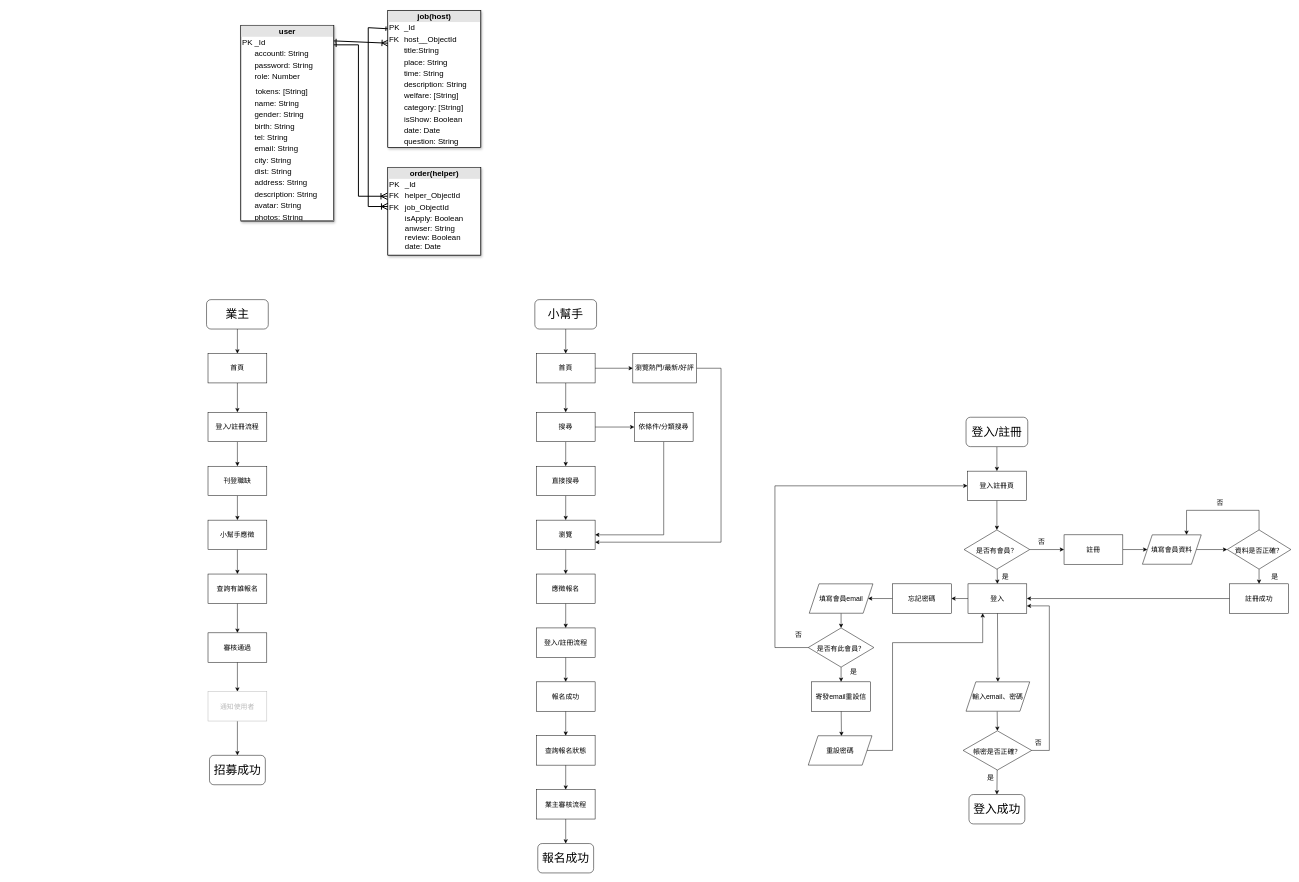
iiQvQii/vue-project keeps this draw.io diagram as 專題.drawio. Above is the earlier version. Source tidied: cells renumbered, new cells numbered last; positions are measured from the earlier drawing's top-left corner, leaving out a move shared by most shapes. Both pictures are drawn from the tidied source at 49%, with x=0, y=0 at pixel (163, 10).
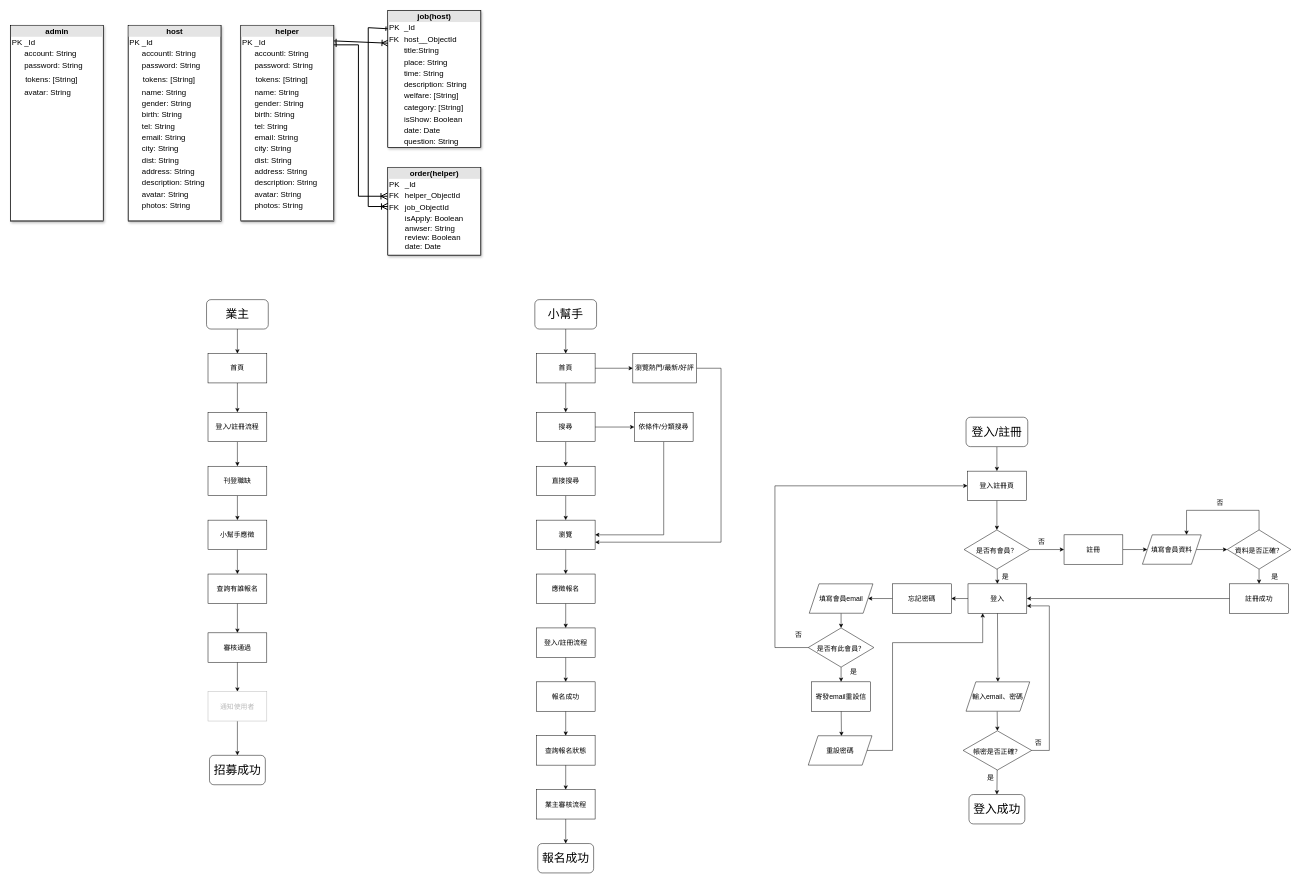
Above is the later version.

The edit, as a diff of the source:
```diff
@@
-    <mxCell id="93" value="&lt;div style=&quot;text-align: center; box-sizing: border-box; width: 100%; background: rgb(228, 228, 228); padding: 2px; font-size: 16px;&quot;&gt;&lt;b style=&quot;font-size: 16px;&quot;&gt;user&lt;/b&gt;&lt;/div&gt;&lt;table style=&quot;width: 100%; font-size: 16px;&quot; cellpadding=&quot;2&quot; cellspacing=&quot;0&quot;&gt;&lt;tbody style=&quot;font-size: 16px;&quot;&gt;&lt;tr style=&quot;font-size: 16px;&quot;&gt;&lt;td style=&quot;font-size: 16px;&quot;&gt;PK&lt;/td&gt;&lt;td style=&quot;font-size: 16px;&quot;&gt;_Id&lt;br style=&quot;font-size: 16px;&quot;&gt;&lt;/td&gt;&lt;/tr&gt;&lt;tr&gt;&lt;td&gt;&lt;br&gt;&lt;/td&gt;&lt;td&gt;accountl: String&lt;br&gt;&lt;/td&gt;&lt;/tr&gt;&lt;tr&gt;&lt;td&gt;&lt;br&gt;&lt;/td&gt;&lt;td&gt;password: String&lt;br&gt;&lt;/td&gt;&lt;/tr&gt;&lt;tr&gt;&lt;td&gt;&lt;br&gt;&lt;/td&gt;&lt;td&gt;role: Number&lt;br&gt;&lt;/td&gt;&lt;/tr&gt;&lt;tr&gt;&lt;td&gt;&lt;br&gt;&lt;/td&gt;&lt;td&gt;&lt;table style=&quot;width: 180px;&quot; cellpadding=&quot;2&quot; cellspacing=&quot;0&quot;&gt;&lt;tbody&gt;&lt;tr&gt;&lt;td&gt;&lt;/td&gt;&lt;/tr&gt;&lt;tr&gt;&lt;td style=&quot;border-collapse: collapse;&quot; border=&quot;1&quot;&gt;tokens: [String]&lt;/td&gt;&lt;/tr&gt;&lt;/tbody&gt;&lt;/table&gt;&lt;/td&gt;&lt;/tr&gt;&lt;tr&gt;&lt;td&gt;&lt;br&gt;&lt;/td&gt;&lt;td&gt;name: String&lt;br&gt;&lt;/td&gt;&lt;/tr&gt;&lt;tr&gt;&lt;td&gt;&lt;br&gt;&lt;/td&gt;&lt;td&gt;gender: String&lt;br&gt;&lt;/td&gt;&lt;/tr&gt;&lt;tr&gt;&lt;td&gt;&lt;br&gt;&lt;/td&gt;&lt;td&gt;birth: String&lt;br&gt;&lt;/td&gt;&lt;/tr&gt;&lt;tr&gt;&lt;td&gt;&lt;br&gt;&lt;/td&gt;&lt;td&gt;tel: String&lt;br&gt;&lt;/td&gt;&lt;/tr&gt;&lt;tr&gt;&lt;td&gt;&lt;br&gt;&lt;/td&gt;&lt;td&gt;email: String&lt;br&gt;&lt;/td&gt;&lt;/tr&gt;&lt;tr&gt;&lt;td&gt;&lt;br&gt;&lt;/td&gt;&lt;td&gt;city: String&lt;br&gt;&lt;/td&gt;&lt;/tr&gt;&lt;tr&gt;&lt;td&gt;&lt;br&gt;&lt;/td&gt;&lt;td&gt;dist: String&lt;br&gt;&lt;/td&gt;&lt;/tr&gt;&lt;tr&gt;&lt;td&gt;&lt;br&gt;&lt;/td&gt;&lt;td&gt;address: String&lt;br&gt;&lt;/td&gt;&lt;/tr&gt;&lt;tr&gt;&lt;td&gt;&lt;br&gt;&lt;/td&gt;&lt;td&gt;description: String&lt;br&gt;&lt;/td&gt;&lt;/tr&gt;&lt;tr&gt;&lt;td&gt;&lt;br&gt;&lt;/td&gt;&lt;td&gt;avatar: String&lt;br&gt;&lt;/td&gt;&lt;/tr&gt;&lt;tr&gt;&lt;td&gt;&lt;br&gt;&lt;/td&gt;&lt;td&gt;photos: String&lt;br&gt;&lt;/td&gt;&lt;/tr&gt;&lt;/tbody&gt;&lt;/table&gt;" style="verticalAlign=top;align=left;overflow=fill;html=1;shadow=1;labelBorderColor=default;fontSize=16;strokeColor=#000000;" parent="1" vertex="1">
+    <mxCell id="93" value="&lt;div style=&quot;text-align: center; box-sizing: border-box; width: 100%; background: rgb(228, 228, 228); padding: 2px; font-size: 16px;&quot;&gt;&lt;b style=&quot;font-size: 16px;&quot;&gt;helper&lt;/b&gt;&lt;/div&gt;&lt;table style=&quot;width: 100%; font-size: 16px;&quot; cellpadding=&quot;2&quot; cellspacing=&quot;0&quot;&gt;&lt;tbody style=&quot;font-size: 16px;&quot;&gt;&lt;tr style=&quot;font-size: 16px;&quot;&gt;&lt;td style=&quot;font-size: 16px;&quot;&gt;PK&lt;/td&gt;&lt;td style=&quot;font-size: 16px;&quot;&gt;_Id&lt;br style=&quot;font-size: 16px;&quot;&gt;&lt;/td&gt;&lt;/tr&gt;&lt;tr&gt;&lt;td&gt;&lt;br&gt;&lt;/td&gt;&lt;td&gt;accountl: String&lt;br&gt;&lt;/td&gt;&lt;/tr&gt;&lt;tr&gt;&lt;td&gt;&lt;br&gt;&lt;/td&gt;&lt;td&gt;password: String&lt;br&gt;&lt;/td&gt;&lt;/tr&gt;&lt;tr&gt;&lt;td&gt;&lt;br&gt;&lt;/td&gt;&lt;td&gt;&lt;table style=&quot;width: 180px;&quot; cellpadding=&quot;2&quot; cellspacing=&quot;0&quot;&gt;&lt;tbody&gt;&lt;tr&gt;&lt;td&gt;&lt;/td&gt;&lt;/tr&gt;&lt;tr&gt;&lt;td style=&quot;border-collapse: collapse;&quot; border=&quot;1&quot;&gt;tokens: [String]&lt;/td&gt;&lt;/tr&gt;&lt;/tbody&gt;&lt;/table&gt;&lt;/td&gt;&lt;/tr&gt;&lt;tr&gt;&lt;td&gt;&lt;br&gt;&lt;/td&gt;&lt;td&gt;name: String&lt;br&gt;&lt;/td&gt;&lt;/tr&gt;&lt;tr&gt;&lt;td&gt;&lt;br&gt;&lt;/td&gt;&lt;td&gt;gender: String&lt;br&gt;&lt;/td&gt;&lt;/tr&gt;&lt;tr&gt;&lt;td&gt;&lt;br&gt;&lt;/td&gt;&lt;td&gt;birth: String&lt;br&gt;&lt;/td&gt;&lt;/tr&gt;&lt;tr&gt;&lt;td&gt;&lt;br&gt;&lt;/td&gt;&lt;td&gt;tel: String&lt;br&gt;&lt;/td&gt;&lt;/tr&gt;&lt;tr&gt;&lt;td&gt;&lt;br&gt;&lt;/td&gt;&lt;td&gt;email: String&lt;br&gt;&lt;/td&gt;&lt;/tr&gt;&lt;tr&gt;&lt;td&gt;&lt;br&gt;&lt;/td&gt;&lt;td&gt;city: String&lt;br&gt;&lt;/td&gt;&lt;/tr&gt;&lt;tr&gt;&lt;td&gt;&lt;br&gt;&lt;/td&gt;&lt;td&gt;dist: String&lt;br&gt;&lt;/td&gt;&lt;/tr&gt;&lt;tr&gt;&lt;td&gt;&lt;br&gt;&lt;/td&gt;&lt;td&gt;address: String&lt;br&gt;&lt;/td&gt;&lt;/tr&gt;&lt;tr&gt;&lt;td&gt;&lt;br&gt;&lt;/td&gt;&lt;td&gt;description: String&lt;br&gt;&lt;/td&gt;&lt;/tr&gt;&lt;tr&gt;&lt;td&gt;&lt;br&gt;&lt;/td&gt;&lt;td&gt;avatar: String&lt;br&gt;&lt;/td&gt;&lt;/tr&gt;&lt;tr&gt;&lt;td&gt;&lt;br&gt;&lt;/td&gt;&lt;td&gt;photos: String&lt;br&gt;&lt;/td&gt;&lt;/tr&gt;&lt;/tbody&gt;&lt;/table&gt;" style="verticalAlign=top;align=left;overflow=fill;html=1;shadow=1;labelBorderColor=default;fontSize=16;strokeColor=#000000;" parent="1" vertex="1">
       <mxGeometry x="158" y="30" width="190" height="400" as="geometry" />
     </mxCell>
@@
+    <mxCell id="99" value="&lt;div style=&quot;text-align: center; box-sizing: border-box; width: 100%; background: rgb(228, 228, 228); padding: 2px; font-size: 16px;&quot;&gt;&lt;b style=&quot;font-size: 16px;&quot;&gt;host&lt;/b&gt;&lt;/div&gt;&lt;table style=&quot;width: 100%; font-size: 16px;&quot; cellpadding=&quot;2&quot; cellspacing=&quot;0&quot;&gt;&lt;tbody style=&quot;font-size: 16px;&quot;&gt;&lt;tr style=&quot;font-size: 16px;&quot;&gt;&lt;td style=&quot;font-size: 16px;&quot;&gt;PK&lt;/td&gt;&lt;td style=&quot;font-size: 16px;&quot;&gt;_Id&lt;br style=&quot;font-size: 16px;&quot;&gt;&lt;/td&gt;&lt;/tr&gt;&lt;tr&gt;&lt;td&gt;&lt;br&gt;&lt;/td&gt;&lt;td&gt;accountl: String&lt;br&gt;&lt;/td&gt;&lt;/tr&gt;&lt;tr&gt;&lt;td&gt;&lt;br&gt;&lt;/td&gt;&lt;td&gt;password: String&lt;br&gt;&lt;/td&gt;&lt;/tr&gt;&lt;tr&gt;&lt;td&gt;&lt;br&gt;&lt;/td&gt;&lt;td&gt;&lt;table style=&quot;width: 180px;&quot; cellpadding=&quot;2&quot; cellspacing=&quot;0&quot;&gt;&lt;tbody&gt;&lt;tr&gt;&lt;td&gt;&lt;/td&gt;&lt;/tr&gt;&lt;tr&gt;&lt;td style=&quot;border-collapse: collapse;&quot; border=&quot;1&quot;&gt;tokens: [String]&lt;/td&gt;&lt;/tr&gt;&lt;/tbody&gt;&lt;/table&gt;&lt;/td&gt;&lt;/tr&gt;&lt;tr&gt;&lt;td&gt;&lt;br&gt;&lt;/td&gt;&lt;td&gt;name: String&lt;br&gt;&lt;/td&gt;&lt;/tr&gt;&lt;tr&gt;&lt;td&gt;&lt;br&gt;&lt;/td&gt;&lt;td&gt;gender: String&lt;br&gt;&lt;/td&gt;&lt;/tr&gt;&lt;tr&gt;&lt;td&gt;&lt;br&gt;&lt;/td&gt;&lt;td&gt;birth: String&lt;br&gt;&lt;/td&gt;&lt;/tr&gt;&lt;tr&gt;&lt;td&gt;&lt;br&gt;&lt;/td&gt;&lt;td&gt;tel: String&lt;br&gt;&lt;/td&gt;&lt;/tr&gt;&lt;tr&gt;&lt;td&gt;&lt;br&gt;&lt;/td&gt;&lt;td&gt;email: String&lt;br&gt;&lt;/td&gt;&lt;/tr&gt;&lt;tr&gt;&lt;td&gt;&lt;br&gt;&lt;/td&gt;&lt;td&gt;city: String&lt;br&gt;&lt;/td&gt;&lt;/tr&gt;&lt;tr&gt;&lt;td&gt;&lt;br&gt;&lt;/td&gt;&lt;td&gt;dist: String&lt;br&gt;&lt;/td&gt;&lt;/tr&gt;&lt;tr&gt;&lt;td&gt;&lt;br&gt;&lt;/td&gt;&lt;td&gt;address: String&lt;br&gt;&lt;/td&gt;&lt;/tr&gt;&lt;tr&gt;&lt;td&gt;&lt;br&gt;&lt;/td&gt;&lt;td&gt;description: String&lt;br&gt;&lt;/td&gt;&lt;/tr&gt;&lt;tr&gt;&lt;td&gt;&lt;br&gt;&lt;/td&gt;&lt;td&gt;avatar: String&lt;br&gt;&lt;/td&gt;&lt;/tr&gt;&lt;tr&gt;&lt;td&gt;&lt;br&gt;&lt;/td&gt;&lt;td&gt;photos: String&lt;br&gt;&lt;/td&gt;&lt;/tr&gt;&lt;/tbody&gt;&lt;/table&gt;" style="verticalAlign=top;align=left;overflow=fill;html=1;shadow=1;labelBorderColor=default;fontSize=16;strokeColor=#000000;" parent="1" vertex="1">
+      <mxGeometry x="-72" y="30" width="190" height="400" as="geometry" />
+    </mxCell>
+    <mxCell id="100" value="&lt;div style=&quot;text-align: center; box-sizing: border-box; width: 100%; background: rgb(228, 228, 228); padding: 2px; font-size: 16px;&quot;&gt;&lt;b&gt;admin&lt;/b&gt;&lt;/div&gt;&lt;table style=&quot;width: 100%; font-size: 16px;&quot; cellpadding=&quot;2&quot; cellspacing=&quot;0&quot;&gt;&lt;tbody style=&quot;font-size: 16px;&quot;&gt;&lt;tr style=&quot;font-size: 16px;&quot;&gt;&lt;td style=&quot;font-size: 16px;&quot;&gt;PK&lt;/td&gt;&lt;td style=&quot;font-size: 16px;&quot;&gt;_Id&lt;br style=&quot;font-size: 16px;&quot;&gt;&lt;/td&gt;&lt;/tr&gt;&lt;tr&gt;&lt;td&gt;&lt;br&gt;&lt;/td&gt;&lt;td&gt;account: String&lt;br&gt;&lt;/td&gt;&lt;/tr&gt;&lt;tr&gt;&lt;td&gt;&lt;br&gt;&lt;/td&gt;&lt;td&gt;password: String&lt;br&gt;&lt;/td&gt;&lt;/tr&gt;&lt;tr&gt;&lt;td&gt;&lt;br&gt;&lt;/td&gt;&lt;td&gt;&lt;table style=&quot;width: 180px;&quot; cellpadding=&quot;2&quot; cellspacing=&quot;0&quot;&gt;&lt;tbody&gt;&lt;tr&gt;&lt;td&gt;&lt;/td&gt;&lt;/tr&gt;&lt;tr&gt;&lt;td style=&quot;border-collapse: collapse;&quot; border=&quot;1&quot;&gt;tokens: [String]&lt;/td&gt;&lt;/tr&gt;&lt;/tbody&gt;&lt;/table&gt;&lt;/td&gt;&lt;/tr&gt;&lt;tr&gt;&lt;td&gt;&lt;br&gt;&lt;/td&gt;&lt;td&gt;avatar: String&lt;br&gt;&lt;/td&gt;&lt;/tr&gt;&lt;/tbody&gt;&lt;/table&gt;" style="verticalAlign=top;align=left;overflow=fill;html=1;shadow=1;labelBorderColor=default;fontSize=16;strokeColor=#000000;" parent="1" vertex="1">
+      <mxGeometry x="-312" y="30" width="190" height="400" as="geometry" />
+    </mxCell>
```
